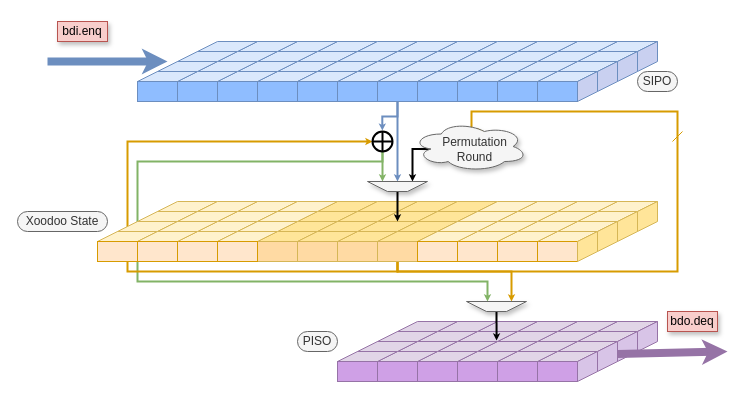
Above: xoodyak/docs/xoodyak.drawio in kammoh/bluelight (draw.io), before the change. Source tidied: cells renumbered, new cells numbered last; positions are measured from the earlier drawing's top-left corner, leaving out a move shared by most shapes. Both pictures are drawn from the tidied source at 100%, with x=0, y=0 at pixel (17, 21).
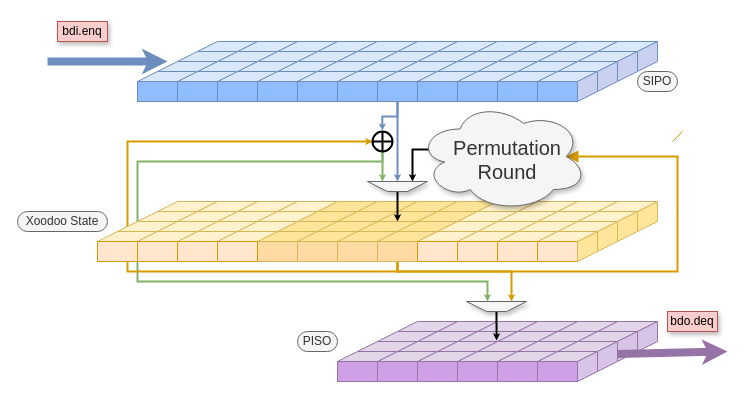
The same diagram, later.

Unchanged cells that the change refers to:
```xml
<mxCell id="56" style="rounded=0;whiteSpace=wrap;html=1;strokeColor=#d6b656;fillColor=#FFDAA3;" parent="1" vertex="1">
  <mxGeometry x="360" y="220" width="40" height="20" as="geometry" />
</mxCell>
```

Diff of the diagram source:
```diff
@@
-    <mxCell id="54" style="edgeStyle=orthogonalEdgeStyle;rounded=0;jettySize=auto;html=1;exitX=0.5;exitY=1;exitDx=0;exitDy=0;shadow=0;endSize=1;strokeWidth=2;entryX=0.625;entryY=0.2;entryDx=0;entryDy=0;fillColor=#ffe6cc;strokeColor=#d79b00;entryPerimeter=0;" parent="1" edge="1" source="56" target="177">
+    <mxCell id="54" style="edgeStyle=orthogonalEdgeStyle;rounded=0;jettySize=auto;html=1;exitX=0.5;exitY=1;exitDx=0;exitDy=0;shadow=0;endSize=7;strokeWidth=2;fillColor=#ffe6cc;strokeColor=#d79b00;entryX=0.875;entryY=0.5;entryDx=0;entryDy=0;entryPerimeter=0;endArrow=block;endFill=1;" parent="1" edge="1" source="56" target="177">
       <mxGeometry relative="1" as="geometry">
         <Array as="points">
           <mxPoint x="380" y="250" />
           <mxPoint x="660" y="250" />
-          <mxPoint x="660" y="90" />
-          <mxPoint x="454" y="90" />
+          <mxPoint x="660" y="135" />
         </Array>
       </mxGeometry>
     </mxCell>
@@
-    <mxCell id="177" value="&lt;span&gt;Permutation&lt;br&gt;Round&lt;/span&gt;" style="ellipse;shape=cloud;whiteSpace=wrap;html=1;rounded=1;shadow=1;strokeColor=#666666;strokeWidth=1;fillColor=#f5f5f5;fontColor=#333333;spacingTop=5;spacingLeft=10;" parent="1" vertex="1">
-      <mxGeometry x="395" y="100" width="115" height="50" as="geometry" />
+    <mxCell id="177" value="&lt;span&gt;Permutation&lt;br&gt;Round&lt;/span&gt;" style="ellipse;shape=cloud;whiteSpace=wrap;html=1;rounded=1;shadow=1;strokeColor=#666666;strokeWidth=1;fillColor=#f5f5f5;fontColor=#333333;spacingTop=5;spacingLeft=10;fontSize=20;" parent="1" vertex="1">
+      <mxGeometry x="400" y="80" width="170" height="110" as="geometry" />
     </mxCell>
```
